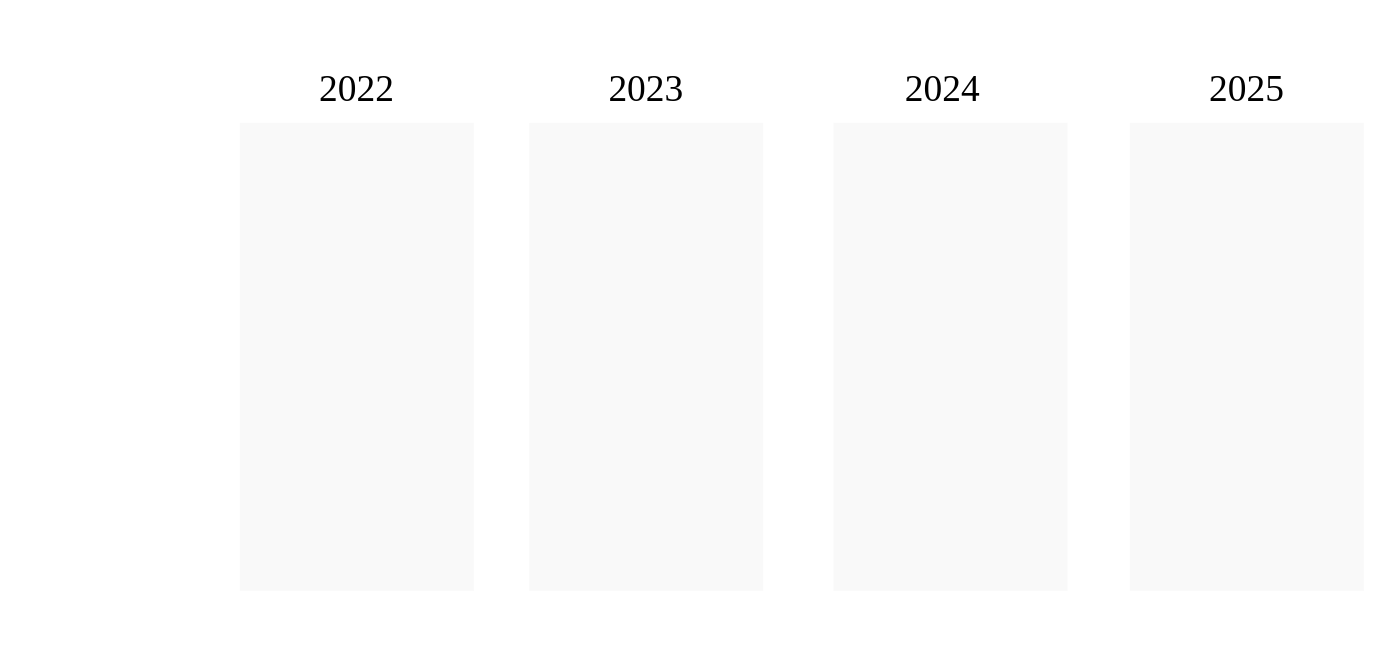
This is 未命名绘图.drawio from yyq2020/simqn_roadmap, a draw.io file, before an edit. Source tidied: cells renumbered, new cells numbered last; positions are measured from the earlier drawing's top-left corner, leaving out a move shared by most shapes. Both pictures are drawn from the tidied source at 78%, with x=0, y=0 at pixel (239, 68).
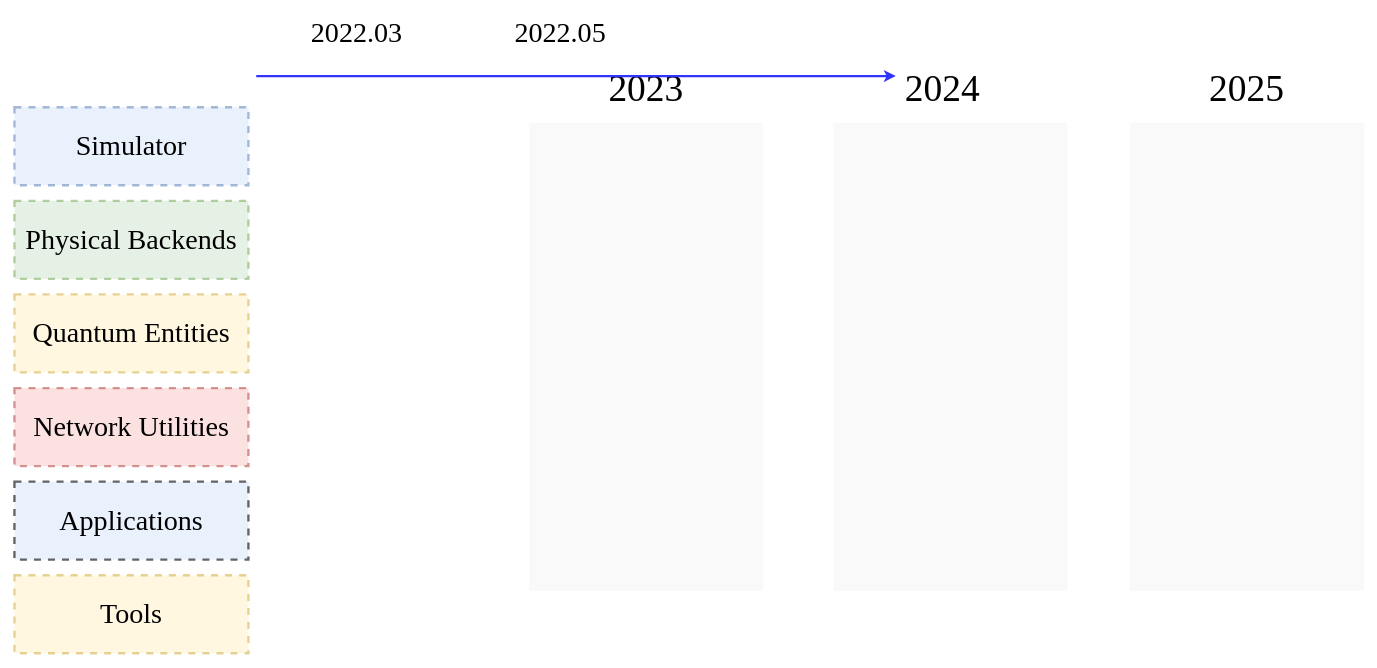
Above is the later version.

Commit message (it also covers changes not shown here):
更新未命名绘图.drawio

Diff of the diagram source:
```diff
@@
 <mxGraphModel>
   <root>
     <mxCell id="0" />
     <mxCell id="1" parent="0" />
-    <mxCell id="2" style="rounded=0;whiteSpace=wrap;html=1;fillColor=#f5f5f5;fontColor=#333333;strokeColor=none;gradientColor=none;opacity=60;labelPosition=center;verticalLabelPosition=middle;align=center;verticalAlign=middle;fontFamily=Times New Roman;fontSize=20;" parent="1" vertex="1">
-      <mxGeometry y="70" width="300" height="600" as="geometry" />
+    <mxCell id="2" value="&lt;font style=&quot;font-size: 36px;&quot;&gt;Simulator&lt;/font&gt;" style="rounded=0;whiteSpace=wrap;html=1;fillColor=#dae8fc;strokeColor=#6c8ebf;opacity=60;labelPosition=center;verticalLabelPosition=middle;align=center;verticalAlign=middle;fontFamily=Times New Roman;fontSize=20;dashed=1;strokeWidth=3;" parent="1" vertex="1">
+      <mxGeometry x="-289" y="50" width="300" height="100" as="geometry" />
     </mxCell>
     <mxCell id="3" style="rounded=0;whiteSpace=wrap;html=1;fillColor=#f5f5f5;fontColor=#333333;strokeColor=none;gradientColor=none;opacity=60;labelPosition=center;verticalLabelPosition=middle;align=center;verticalAlign=middle;fontFamily=Times New Roman;fontSize=20;" parent="1" vertex="1">
       <mxGeometry x="371" y="70" width="300" height="600" as="geometry" />
     </mxCell>
     <mxCell id="4" style="rounded=0;whiteSpace=wrap;html=1;fillColor=#f5f5f5;fontColor=#333333;strokeColor=none;gradientColor=none;opacity=60;labelPosition=center;verticalLabelPosition=middle;align=center;verticalAlign=middle;fontFamily=Times New Roman;fontSize=20;" parent="1" vertex="1">
       <mxGeometry x="1141" y="70" width="300" height="600" as="geometry" />
     </mxCell>
     <mxCell id="5" style="rounded=0;whiteSpace=wrap;html=1;fillColor=#f5f5f5;fontColor=#333333;strokeColor=none;gradientColor=none;opacity=60;labelPosition=center;verticalLabelPosition=middle;align=center;verticalAlign=middle;fontFamily=Times New Roman;fontSize=20;" parent="1" vertex="1">
       <mxGeometry x="761" y="70" width="300" height="600" as="geometry" />
     </mxCell>
-    <mxCell id="6" value="&lt;font style=&quot;font-size: 48px;&quot;&gt;2022&lt;/font&gt;" style="text;strokeColor=none;align=center;fillColor=none;html=1;verticalAlign=middle;whiteSpace=wrap;rounded=0;fontFamily=Times New Roman;" parent="1" vertex="1">
-      <mxGeometry x="80" width="140" height="50" as="geometry" />
+    <mxCell id="6" value="&lt;font style=&quot;font-size: 36px;&quot;&gt;2022.03&lt;/font&gt;" style="text;strokeColor=none;align=center;fillColor=none;html=1;verticalAlign=middle;whiteSpace=wrap;rounded=0;fontFamily=Times New Roman;" parent="1" vertex="1">
+      <mxGeometry x="80" y="-70" width="140" height="50" as="geometry" />
     </mxCell>
     <mxCell id="7" value="&lt;font style=&quot;font-size: 48px;&quot;&gt;2023&lt;/font&gt;" style="text;strokeColor=none;align=center;fillColor=none;html=1;verticalAlign=middle;whiteSpace=wrap;rounded=0;fontFamily=Times New Roman;" parent="1" vertex="1">
       <mxGeometry x="451" width="140" height="50" as="geometry" />
     </mxCell>
     <mxCell id="8" value="&lt;font style=&quot;font-size: 48px;&quot;&gt;2024&lt;/font&gt;" style="text;strokeColor=none;align=center;fillColor=none;html=1;verticalAlign=middle;whiteSpace=wrap;rounded=0;fontFamily=Times New Roman;" parent="1" vertex="1">
       <mxGeometry x="831" width="140" height="50" as="geometry" />
     </mxCell>
     <mxCell id="9" value="&lt;font style=&quot;font-size: 48px;&quot;&gt;2025&lt;/font&gt;" style="text;strokeColor=none;align=center;fillColor=none;html=1;verticalAlign=middle;whiteSpace=wrap;rounded=0;fontFamily=Times New Roman;" parent="1" vertex="1">
       <mxGeometry x="1221" width="140" height="50" as="geometry" />
     </mxCell>
+    <mxCell id="10" style="endArrow=classic;html=1;rounded=0;strokeColor=#3333FF;strokeWidth=3;" parent="1" edge="1">
+      <mxGeometry relative="1" as="geometry">
+        <mxPoint x="21" y="10" as="sourcePoint" />
+        <mxPoint x="841" y="10" as="targetPoint" />
+      </mxGeometry>
+    </mxCell>
+    <mxCell id="11" value="&lt;font style=&quot;font-size: 36px;&quot;&gt;Applications&lt;/font&gt;" style="rounded=0;whiteSpace=wrap;html=1;fillColor=#dae8fc;strokeColor=default;opacity=60;labelPosition=center;verticalLabelPosition=middle;align=center;verticalAlign=middle;fontFamily=Times New Roman;fontSize=20;dashed=1;strokeWidth=3;" parent="1" vertex="1">
+      <mxGeometry x="-289" y="530" width="300" height="100" as="geometry" />
+    </mxCell>
+    <mxCell id="12" value="&lt;font style=&quot;font-size: 36px;&quot;&gt;Physical Backends&lt;/font&gt;" style="rounded=0;whiteSpace=wrap;html=1;fillColor=#d5e8d4;strokeColor=#82b366;opacity=60;labelPosition=center;verticalLabelPosition=middle;align=center;verticalAlign=middle;fontFamily=Times New Roman;fontSize=20;dashed=1;strokeWidth=3;" parent="1" vertex="1">
+      <mxGeometry x="-289" y="170" width="300" height="100" as="geometry" />
+    </mxCell>
+    <mxCell id="13" value="&lt;font style=&quot;font-size: 36px;&quot;&gt;Quantum Entities&lt;/font&gt;" style="rounded=0;whiteSpace=wrap;html=1;fillColor=#fff2cc;strokeColor=#d6b656;opacity=60;labelPosition=center;verticalLabelPosition=middle;align=center;verticalAlign=middle;fontFamily=Times New Roman;fontSize=20;dashed=1;strokeWidth=3;" parent="1" vertex="1">
+      <mxGeometry x="-289" y="290" width="300" height="100" as="geometry" />
+    </mxCell>
+    <mxCell id="14" value="&lt;font style=&quot;font-size: 36px;&quot;&gt;Network Utilities&lt;/font&gt;" style="rounded=0;whiteSpace=wrap;html=1;fillColor=#f8cecc;strokeColor=#b85450;opacity=60;labelPosition=center;verticalLabelPosition=middle;align=center;verticalAlign=middle;fontFamily=Times New Roman;fontSize=20;dashed=1;strokeWidth=3;" parent="1" vertex="1">
+      <mxGeometry x="-289" y="410" width="300" height="100" as="geometry" />
+    </mxCell>
+    <mxCell id="15" value="&lt;font style=&quot;font-size: 36px;&quot;&gt;Tools&lt;/font&gt;" style="rounded=0;whiteSpace=wrap;html=1;fillColor=#fff2cc;strokeColor=#d6b656;opacity=60;labelPosition=center;verticalLabelPosition=middle;align=center;verticalAlign=middle;fontFamily=Times New Roman;fontSize=20;dashed=1;strokeWidth=3;" parent="1" vertex="1">
+      <mxGeometry x="-289" y="650" width="300" height="100" as="geometry" />
+    </mxCell>
+    <mxCell id="16" value="&lt;font style=&quot;font-size: 36px;&quot;&gt;2022.05&lt;/font&gt;" style="text;strokeColor=none;align=center;fillColor=none;html=1;verticalAlign=middle;whiteSpace=wrap;rounded=0;fontFamily=Times New Roman;" parent="1" vertex="1">
+      <mxGeometry x="341" y="-70" width="140" height="50" as="geometry" />
+    </mxCell>
   </root>
 </mxGraphModel>
```
